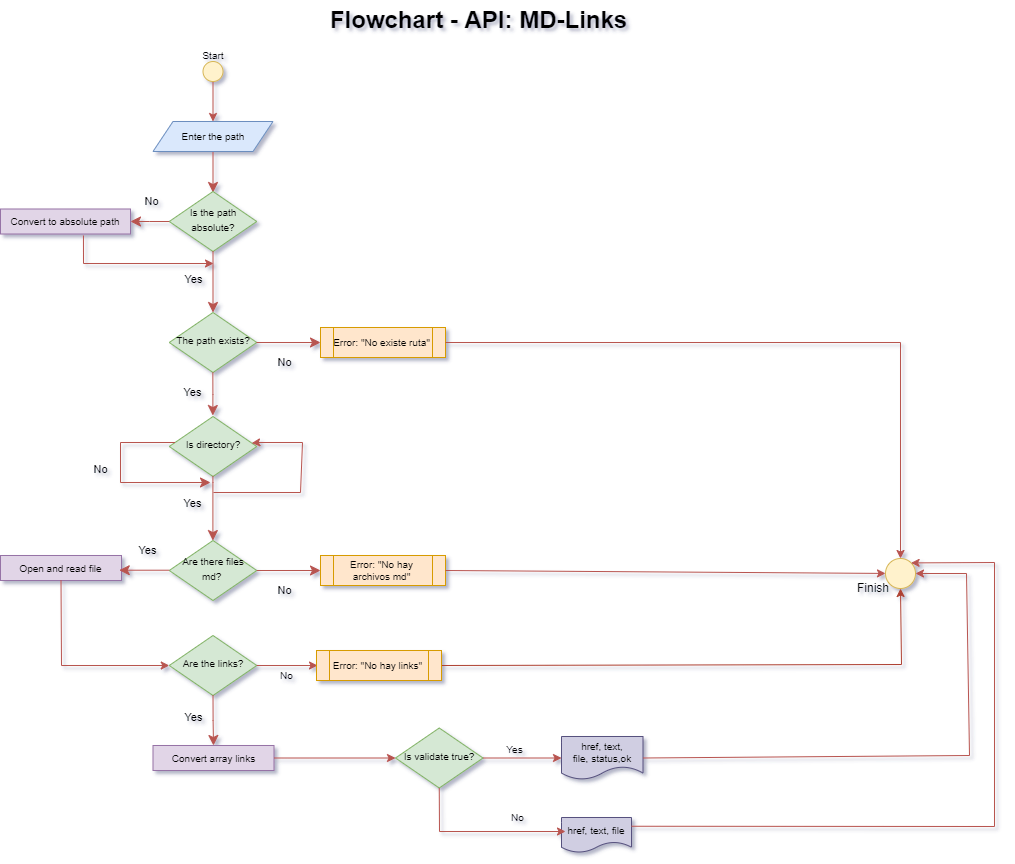
arelia10/LIM017-md-links keeps this draw.io diagram as Diagrama_flujo_md-Links.drawio.png. Above is the earlier version. Source tidied: cells renumbered, new cells last; positions are measured from the earlier drawing's top-left corner, leaving out a move shared by most shapes.
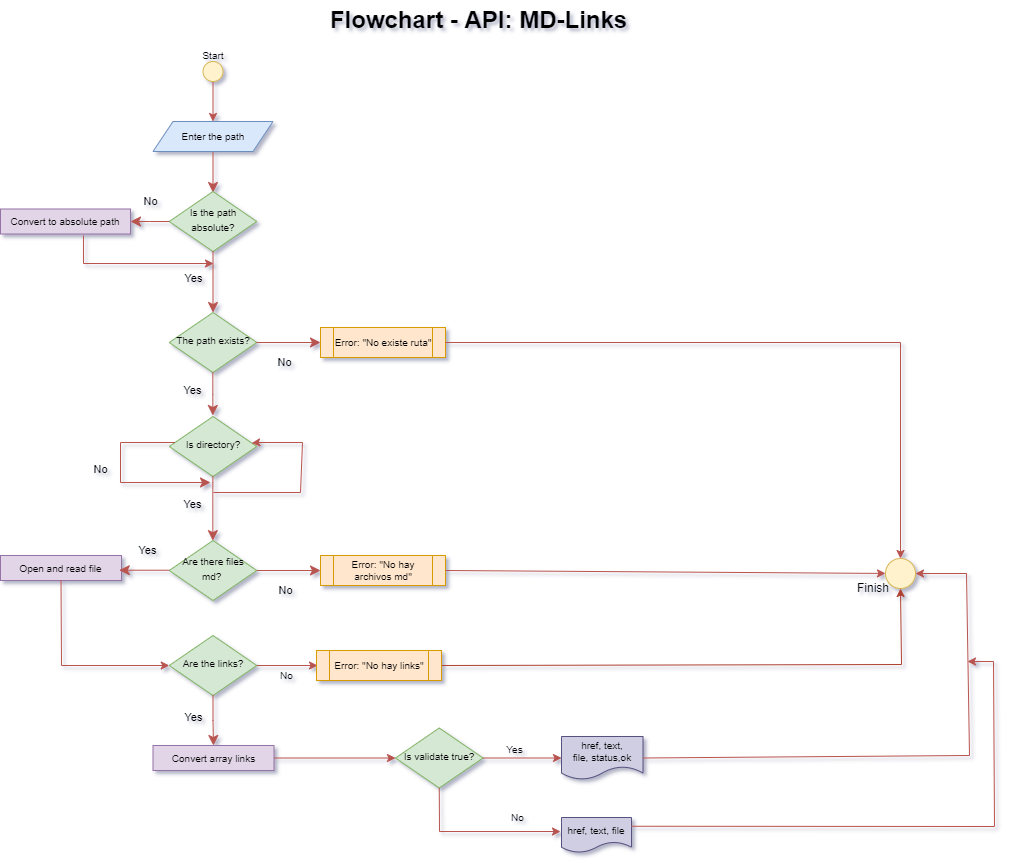
Later version of the same file.

The edit, as a diff of the source:
```diff
@@ -1,4 +1,4 @@
-<mxGraphModel shadow="1">
+<mxGraphModel background="#ffffff" shadow="1">
   <root>
     <mxCell id="0" />
     <mxCell id="1" parent="0" />
@@ -197,17 +197,18 @@
     </mxCell>
     <mxCell id="46" style="endArrow=classic;html=1;rounded=0;fontSize=10;exitX=0.5;exitY=1;exitDx=0;exitDy=0;fillColor=#f8cecc;strokeColor=#b85450;" parent="1" edge="1" source="33">
       <mxGeometry relative="1" as="geometry">
-        <mxPoint x="565" y="831" as="targetPoint" />
+        <mxPoint x="560" y="831" as="targetPoint" />
         <Array as="points">
           <mxPoint x="439" y="831" />
         </Array>
       </mxGeometry>
     </mxCell>
-    <mxCell id="47" style="endArrow=classic;html=1;rounded=0;fontSize=10;exitX=1;exitY=0.25;exitDx=0;exitDy=0;entryX=1;entryY=0;entryDx=0;entryDy=0;fillColor=#f8cecc;strokeColor=#b85450;" parent="1" edge="1" source="40" target="30">
+    <mxCell id="47" style="endArrow=classic;html=1;rounded=0;fontSize=10;exitX=1;exitY=0.25;exitDx=0;exitDy=0;fillColor=#f8cecc;strokeColor=#b85450;" parent="1" edge="1" source="40">
       <mxGeometry relative="1" as="geometry">
+        <mxPoint x="967" y="661" as="targetPoint" />
         <Array as="points">
           <mxPoint x="994" y="826" />
-          <mxPoint x="994" y="562" />
+          <mxPoint x="993" y="661" />
         </Array>
       </mxGeometry>
     </mxCell>
```
